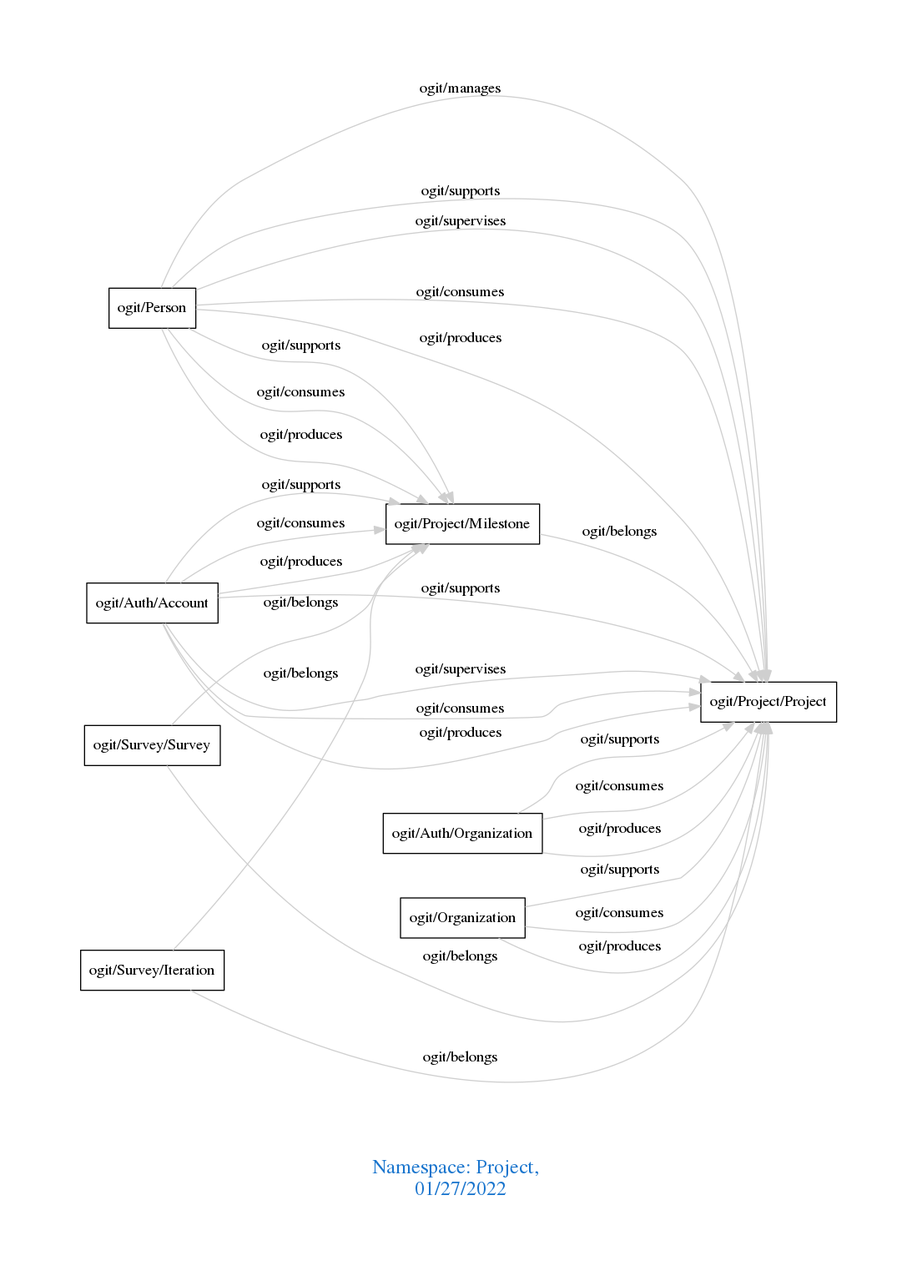
Above: downloads/Project.png in arago/OGIT (Graphviz), before the change. Its source is kept beside it as downloads/Project.dot.
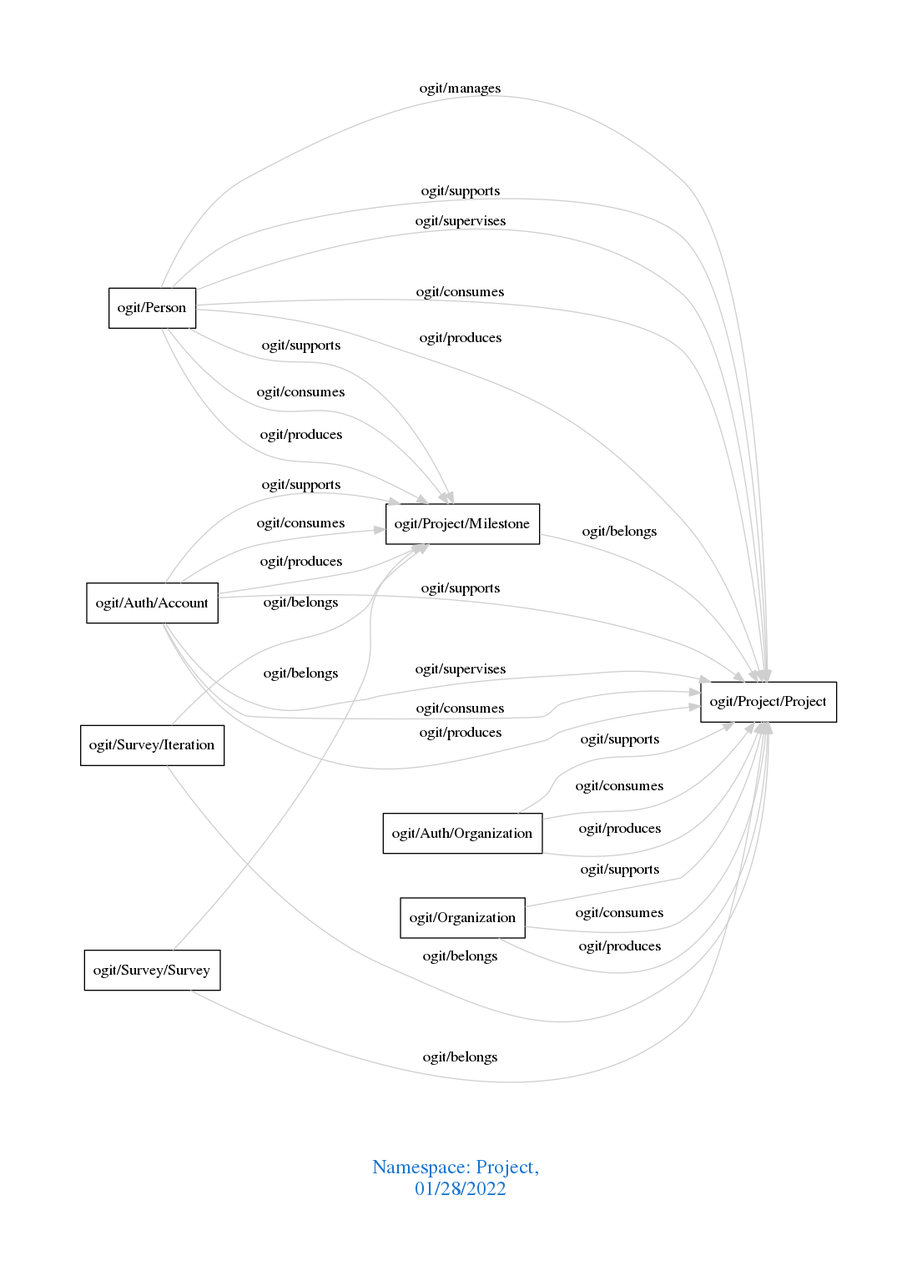
Above is the later version.

Change to the diagram source:
```diff
@@ -1,7 +1,7 @@
 digraph OGIT_ontology {
  graph [ rankdir= LR,pad=1
 fontsize = 18,
-fontcolor= dodgerblue3,label = "\n\n\nNamespace: Project, \n 01/27/2022"];
+fontcolor= dodgerblue3,label = "\n\n\nNamespace: Project, \n 01/28/2022"];
 node[shape=polygon];
 edge [  color="gray81"];
 
@@ -27,8 +27,8 @@
    "ogit/Person" -> "ogit/Project/Milestone" [label="   ogit/produces    "];
    "ogit/Person" -> "ogit/Project/Project" [label="   ogit/produces    "];
    "ogit/Project/Milestone" -> "ogit/Project/Project" [label="   ogit/belongs    "];
+   "ogit/Survey/Iteration" -> "ogit/Project/Milestone" [label="   ogit/belongs    "];
+   "ogit/Survey/Iteration" -> "ogit/Project/Project" [label="   ogit/belongs    "];
    "ogit/Survey/Survey" -> "ogit/Project/Milestone" [label="   ogit/belongs    "];
    "ogit/Survey/Survey" -> "ogit/Project/Project" [label="   ogit/belongs    "];
-   "ogit/Survey/Iteration" -> "ogit/Project/Milestone" [label="   ogit/belongs    "];
-   "ogit/Survey/Iteration" -> "ogit/Project/Project" [label="   ogit/belongs    "];
 }
```
